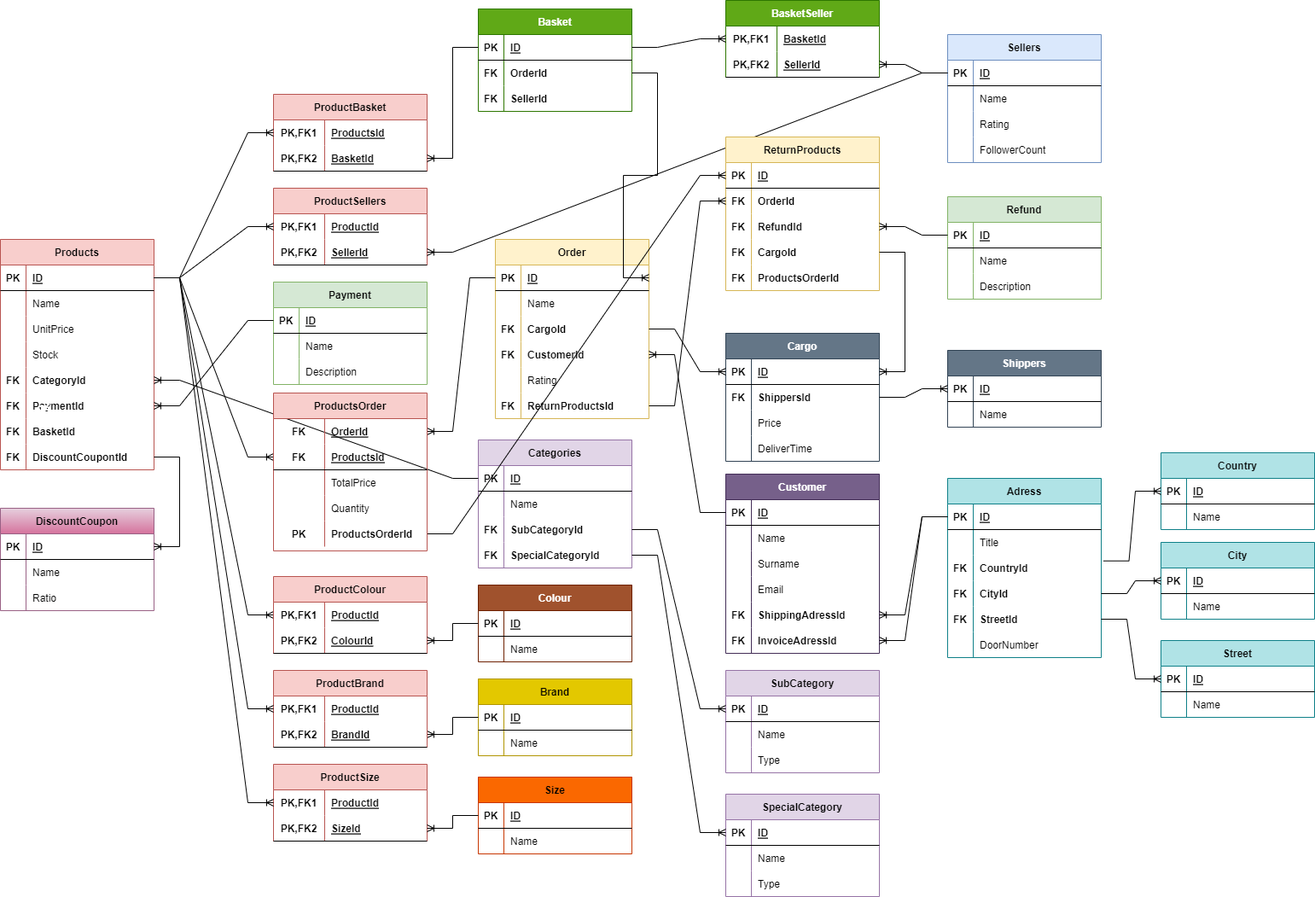
Above: 24-11-2022_Pair9_HW.drawio.png in ZakirMK/Etiya-Akademi (draw.io), before the change. Source tidied: cells renumbered, new cells last; positions are measured from the earlier drawing's top-left corner, leaving out a move shared by most shapes.
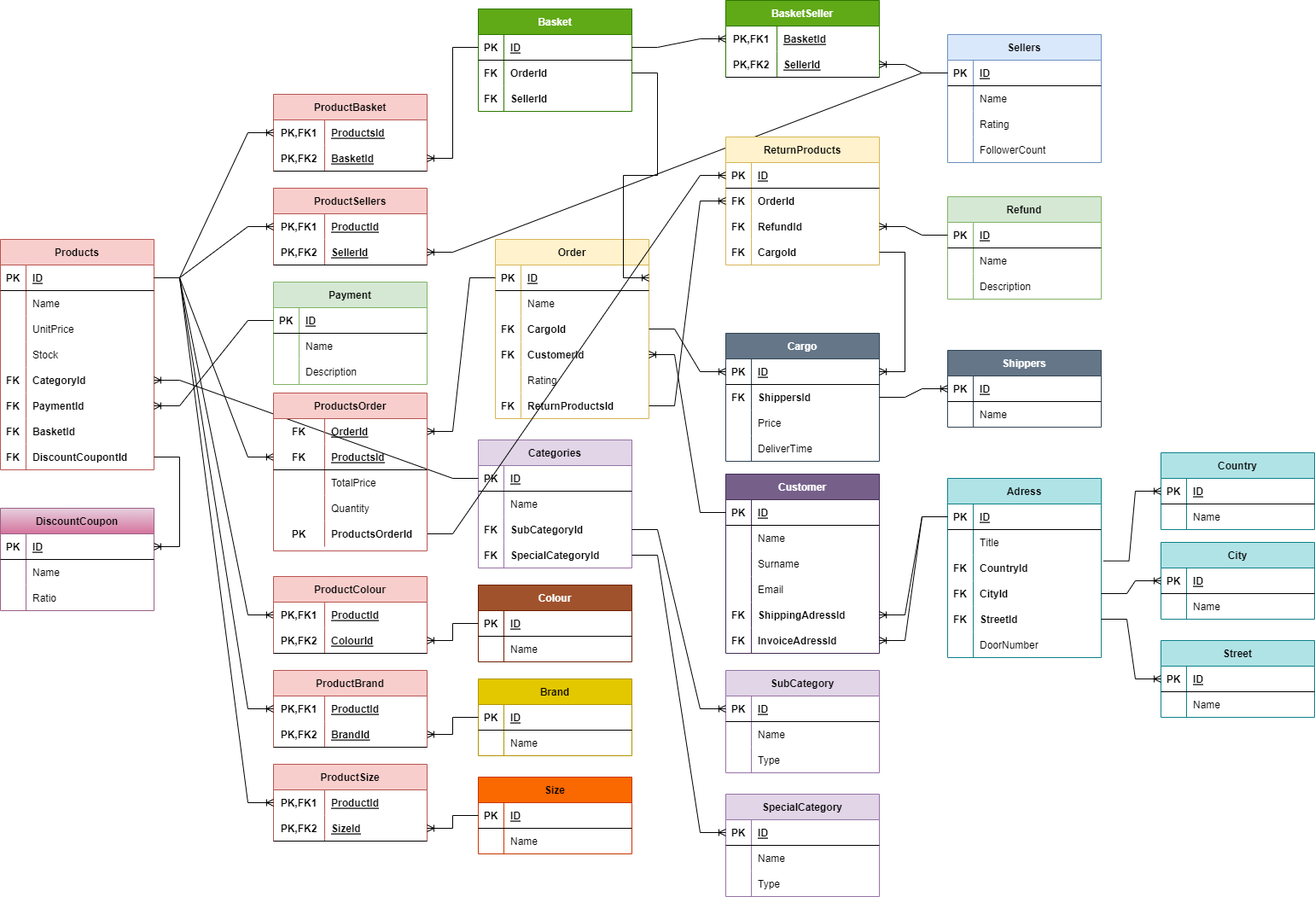
After the commit.

Change to the diagram source:
```diff
@@ -873,7 +873,7 @@
       <mxGeometry relative="1" as="geometry" />
     </mxCell>
     <mxCell id="292" value="ReturnProducts" style="shape=table;startSize=30;rowLines=0;fontStyle=1;align=center;fillColor=#fff2cc;strokeColor=#d6b656;" parent="1" vertex="1">
-      <mxGeometry x="850" y="160" width="180" height="180" as="geometry" />
+      <mxGeometry x="850" y="160" width="180" height="150" as="geometry" />
     </mxCell>
     <mxCell id="293" style="shape=tableRow;horizontal=0;startSize=0;swimlaneHead=0;swimlaneBody=0;fillColor=none;points=[[0,0.5],[1,0.5]];portConstraint=eastwest;top=0;left=0;right=0;bottom=1;" parent="292" vertex="1">
       <mxGeometry y="30" width="180" height="30" as="geometry" />
@@ -911,15 +911,6 @@
     <mxCell id="304" value="CargoId" style="shape=partialRectangle;fillColor=none;top=0;left=0;bottom=0;right=0;align=left;spacingLeft=6;overflow=hidden;fontStyle=1;" parent="302" vertex="1">
       <mxGeometry x="30" width="150" height="30" as="geometry" />
     </mxCell>
-    <mxCell id="305" style="shape=tableRow;horizontal=0;startSize=0;swimlaneHead=0;swimlaneBody=0;fillColor=none;top=0;left=0;right=0;bottom=0;" parent="292" vertex="1">
-      <mxGeometry y="150" width="180" height="30" as="geometry" />
-    </mxCell>
-    <mxCell id="306" value="FK" style="shape=partialRectangle;fillColor=none;top=0;left=0;bottom=0;right=0;overflow=hidden;fontStyle=1;" parent="305" vertex="1">
-      <mxGeometry width="30" height="30" as="geometry" />
-    </mxCell>
-    <mxCell id="307" value="ProductsOrderId" style="shape=partialRectangle;fillColor=none;top=0;left=0;bottom=0;right=0;align=left;spacingLeft=6;overflow=hidden;fontStyle=1;" parent="305" vertex="1">
-      <mxGeometry x="30" width="150" height="30" as="geometry" />
-    </mxCell>
     <mxCell id="308" style="edgeStyle=entityRelationEdgeStyle;fontSize=12;html=1;endArrow=ERoneToMany;rounded=0;entryX=1;entryY=0.5;entryDx=0;entryDy=0;exitX=1;exitY=0.5;exitDx=0;exitDy=0;" parent="1" edge="1" source="302" target="149">
       <mxGeometry relative="1" as="geometry" />
     </mxCell>
```
